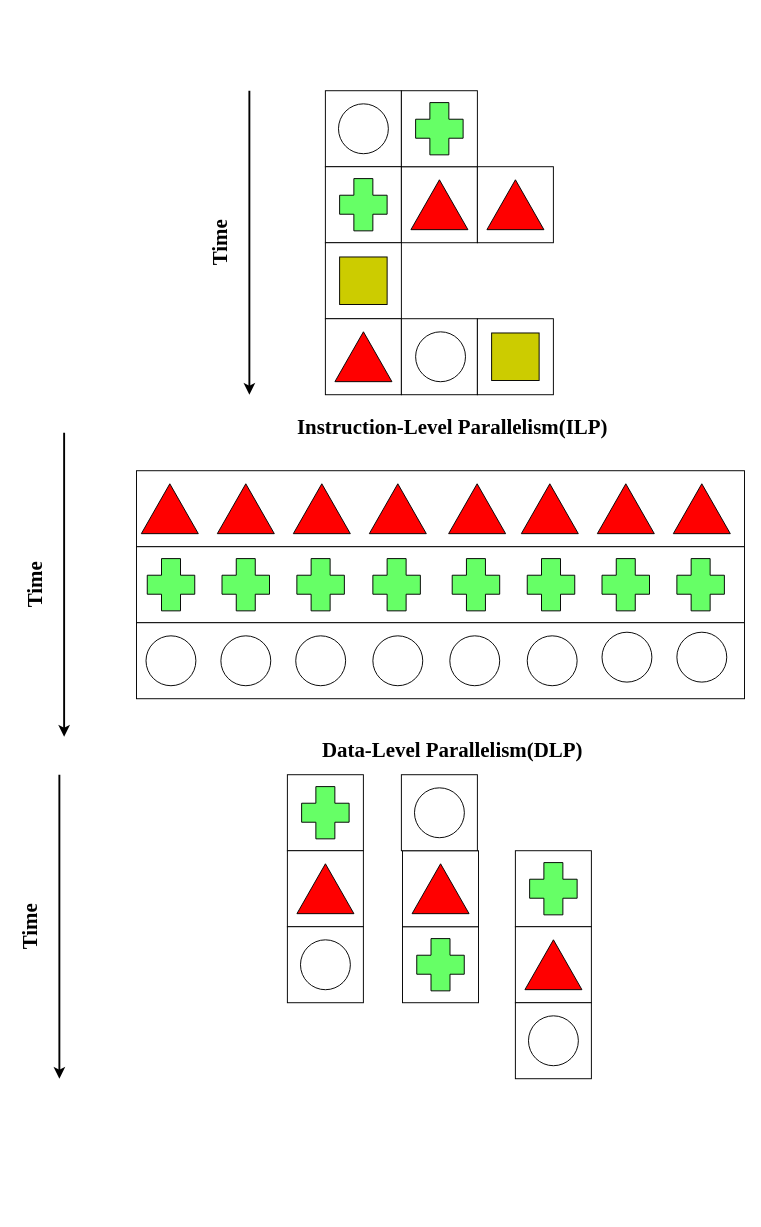
Before: directory/1201.drawio in lllwwwooo/draw.io, a draw.io diagram. Source tidied: cells renumbered, new cells numbered last; positions are measured from the earlier drawing's top-left corner, leaving out a move shared by most shapes. Both pictures are drawn from the tidied source at 95%, with x=0, y=0 at pixel (2, 90).
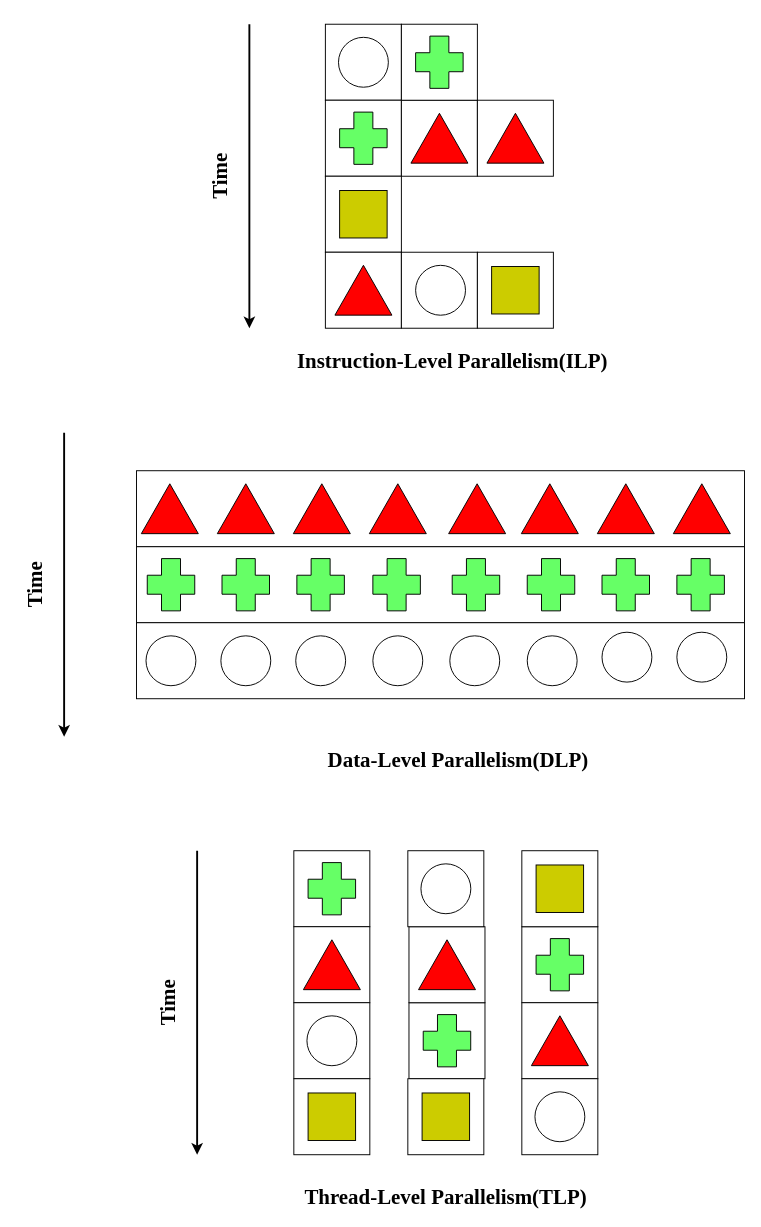
The same page after the edit.

The edit, as a diff of the source:
```diff
@@
     <mxCell id="2" style="group;" parent="1" vertex="1">
-      <mxGeometry x="340" width="80" height="80" as="geometry" />
+      <mxGeometry x="340" y="-70" width="80" height="80" as="geometry" />
     </mxCell>
@@
     <mxCell id="5" style="whiteSpace=wrap;html=1;" parent="1" vertex="1">
-      <mxGeometry x="340" y="80" width="80" height="80" as="geometry" />
+      <mxGeometry x="340" y="10" width="80" height="80" as="geometry" />
     </mxCell>
     <mxCell id="6" style="whiteSpace=wrap;html=1;" parent="1" vertex="1">
-      <mxGeometry x="420" y="80" width="80" height="80" as="geometry" />
+      <mxGeometry x="420" y="10" width="80" height="80" as="geometry" />
     </mxCell>
     <mxCell id="7" style="whiteSpace=wrap;html=1;" parent="1" vertex="1">
-      <mxGeometry x="340" y="160" width="80" height="80" as="geometry" />
+      <mxGeometry x="340" y="90" width="80" height="80" as="geometry" />
     </mxCell>
     <mxCell id="8" style="shape=cross;whiteSpace=wrap;html=1;size=0.4;fillColor=#66FF66;" parent="1" vertex="1">
-      <mxGeometry x="355" y="92.5" width="50" height="55" as="geometry" />
+      <mxGeometry x="355" y="22.5" width="50" height="55" as="geometry" />
     </mxCell>
     <mxCell id="9" style="triangle;whiteSpace=wrap;html=1;rotation=-90;fillColor=#FF0000;" parent="1" vertex="1">
-      <mxGeometry x="433.8" y="90" width="52.5" height="60" as="geometry" />
+      <mxGeometry x="433.8" y="20" width="52.5" height="60" as="geometry" />
     </mxCell>
     <mxCell id="10" style="whiteSpace=wrap;html=1;" parent="1" vertex="1">
-      <mxGeometry x="340" y="240" width="80" height="80" as="geometry" />
+      <mxGeometry x="340" y="170" width="80" height="80" as="geometry" />
     </mxCell>
     <mxCell id="11" style="whiteSpace=wrap;html=1;" parent="1" vertex="1">
-      <mxGeometry x="420" y="240" width="80" height="80" as="geometry" />
+      <mxGeometry x="420" y="170" width="80" height="80" as="geometry" />
     </mxCell>
-    <mxCell id="12" style="whiteSpace=wrap;html=1;" parent="1" vertex="1">
-      <mxGeometry x="500" y="240" width="80" height="80" as="geometry" />
-    </mxCell>
     <mxCell id="13" style="whiteSpace=wrap;html=1;fillColor=#CCCC00;" parent="1" vertex="1">
-      <mxGeometry x="355" y="175" width="50" height="50" as="geometry" />
+      <mxGeometry x="355" y="105" width="50" height="50" as="geometry" />
     </mxCell>
-    <mxCell id="14" style="whiteSpace=wrap;html=1;fillColor=#CCCC00;" parent="1" vertex="1">
-      <mxGeometry x="515" y="255" width="50" height="50" as="geometry" />
-    </mxCell>
     <mxCell id="15" style="triangle;whiteSpace=wrap;html=1;rotation=-90;fillColor=#FF0000;" parent="1" vertex="1">
-      <mxGeometry x="353.8" y="250" width="52.5" height="60" as="geometry" />
+      <mxGeometry x="353.8" y="180" width="52.5" height="60" as="geometry" />
     </mxCell>
     <mxCell id="16" style="ellipse;whiteSpace=wrap;html=1;" parent="1" vertex="1">
-      <mxGeometry x="435" y="253.8" width="52.5" height="52.5" as="geometry" />
+      <mxGeometry x="435" y="183.8" width="52.5" height="52.5" as="geometry" />
     </mxCell>
     <mxCell id="17" value="&lt;font face=&quot;Times New Roman&quot; style=&quot;font-size: 22px;&quot;&gt;&lt;b&gt;Instruction-Level Parallelism(ILP)&lt;/b&gt;&lt;/font&gt;" style="text;html=1;whiteSpace=wrap;strokeColor=none;fillColor=none;align=center;verticalAlign=middle;rounded=0;rotation=0;" parent="1" vertex="1">
-      <mxGeometry x="304" y="340" width="340" height="30" as="geometry" />
+      <mxGeometry x="304" y="270" width="340" height="30" as="geometry" />
     </mxCell>
@@
     <mxCell id="45" value="&lt;font face=&quot;Times New Roman&quot; style=&quot;font-size: 22px;&quot;&gt;&lt;b&gt;Data-Level Parallelism(DLP)&lt;/b&gt;&lt;/font&gt;" style="text;html=1;whiteSpace=wrap;strokeColor=none;fillColor=none;align=center;verticalAlign=middle;rounded=0;rotation=0;" parent="1" vertex="1">
-      <mxGeometry x="304" y="680" width="340" height="30" as="geometry" />
+      <mxGeometry x="310" y="690" width="340" height="30" as="geometry" />
     </mxCell>
     <mxCell id="46" style="group;" parent="1" vertex="1">
-      <mxGeometry x="215" width="45" height="320" as="geometry" />
+      <mxGeometry x="215" y="-70" width="45" height="320" as="geometry" />
     </mxCell>
@@
     <mxCell id="52" style="group;" parent="1" vertex="1">
-      <mxGeometry x="15" y="720" width="45" height="320" as="geometry" />
+      <mxGeometry x="160" y="800" width="45" height="320" as="geometry" />
     </mxCell>
@@
     <mxCell id="55" style="group;" parent="1" vertex="1">
-      <mxGeometry x="420" width="80" height="80" as="geometry" />
+      <mxGeometry x="420" y="-70" width="80" height="80" as="geometry" />
     </mxCell>
@@
     <mxCell id="58" style="group;" parent="1" vertex="1">
-      <mxGeometry x="300" y="720" width="80" height="80" as="geometry" />
+      <mxGeometry x="306.8" y="800" width="80" height="80" as="geometry" />
     </mxCell>
@@
     <mxCell id="61" style="group;" parent="1" vertex="1">
-      <mxGeometry x="421.2" y="880" width="80" height="80" as="geometry" />
+      <mxGeometry x="428" y="960" width="80" height="80" as="geometry" />
     </mxCell>
@@
     <mxCell id="64" style="group;" parent="1" vertex="1">
-      <mxGeometry x="540" y="800" width="80" height="80" as="geometry" />
+      <mxGeometry x="546.8" y="880" width="80" height="80" as="geometry" />
     </mxCell>
@@
     <mxCell id="67" style="group;" parent="1" vertex="1">
-      <mxGeometry x="500" y="80" width="80" height="80" as="geometry" />
+      <mxGeometry x="500" y="10" width="80" height="80" as="geometry" />
     </mxCell>
@@
     <mxCell id="70" style="group;" parent="1" vertex="1">
-      <mxGeometry x="300" y="800" width="80" height="80" as="geometry" />
+      <mxGeometry x="306.8" y="880" width="80" height="80" as="geometry" />
     </mxCell>
@@
     <mxCell id="73" style="group;" parent="1" vertex="1">
-      <mxGeometry x="421.2" y="800" width="80" height="80" as="geometry" />
+      <mxGeometry x="428" y="880" width="80" height="80" as="geometry" />
     </mxCell>
@@
     <mxCell id="76" style="group;" parent="1" vertex="1">
-      <mxGeometry x="540" y="880" width="80" height="80" as="geometry" />
+      <mxGeometry x="546.8" y="960" width="80" height="80" as="geometry" />
     </mxCell>
@@
     <mxCell id="79" style="group;" parent="1" vertex="1">
-      <mxGeometry x="300" y="880" width="80" height="80" as="geometry" />
+      <mxGeometry x="306.8" y="960" width="80" height="80" as="geometry" />
     </mxCell>
@@
     <mxCell id="82" style="group;" parent="1" vertex="1">
-      <mxGeometry x="420" y="720" width="80" height="80" as="geometry" />
+      <mxGeometry x="426.8" y="800" width="80" height="80" as="geometry" />
     </mxCell>
@@
     <mxCell id="85" style="group;" parent="1" vertex="1">
-      <mxGeometry x="540" y="960" width="80" height="80" as="geometry" />
+      <mxGeometry x="546.8" y="1040" width="80" height="80" as="geometry" />
     </mxCell>
@@
+    <mxCell id="88" style="group;" parent="1" vertex="1">
+      <mxGeometry x="500" y="170" width="80" height="80" as="geometry" />
+    </mxCell>
+    <mxCell id="12" style="whiteSpace=wrap;html=1;" parent="88" vertex="1">
+      <mxGeometry width="80" height="80" as="geometry" />
+    </mxCell>
+    <mxCell id="14" style="whiteSpace=wrap;html=1;fillColor=#CCCC00;" parent="88" vertex="1">
+      <mxGeometry x="15" y="15" width="50" height="50" as="geometry" />
+    </mxCell>
+    <mxCell id="89" style="group;" parent="1" vertex="1">
+      <mxGeometry x="306.8" y="1040" width="80" height="80" as="geometry" />
+    </mxCell>
+    <mxCell id="90" style="whiteSpace=wrap;html=1;" parent="89" vertex="1">
+      <mxGeometry width="80" height="80" as="geometry" />
+    </mxCell>
+    <mxCell id="91" style="whiteSpace=wrap;html=1;fillColor=#CCCC00;" parent="89" vertex="1">
+      <mxGeometry x="15" y="15" width="50" height="50" as="geometry" />
+    </mxCell>
+    <mxCell id="92" style="group;" parent="1" vertex="1">
+      <mxGeometry x="426.8" y="1040" width="80" height="80" as="geometry" />
+    </mxCell>
+    <mxCell id="93" style="whiteSpace=wrap;html=1;" parent="92" vertex="1">
+      <mxGeometry width="80" height="80" as="geometry" />
+    </mxCell>
+    <mxCell id="94" style="whiteSpace=wrap;html=1;fillColor=#CCCC00;" parent="92" vertex="1">
+      <mxGeometry x="15" y="15" width="50" height="50" as="geometry" />
+    </mxCell>
+    <mxCell id="95" style="group;" parent="1" vertex="1">
+      <mxGeometry x="546.8" y="800" width="80" height="80" as="geometry" />
+    </mxCell>
+    <mxCell id="96" style="whiteSpace=wrap;html=1;" parent="95" vertex="1">
+      <mxGeometry width="80" height="80" as="geometry" />
+    </mxCell>
+    <mxCell id="97" style="whiteSpace=wrap;html=1;fillColor=#CCCC00;" parent="95" vertex="1">
+      <mxGeometry x="15" y="15" width="50" height="50" as="geometry" />
+    </mxCell>
+    <mxCell id="98" value="&lt;font face=&quot;Times New Roman&quot; style=&quot;font-size: 22px;&quot;&gt;&lt;b&gt;Thread-Level Parallelism(TLP)&lt;/b&gt;&lt;/font&gt;" style="text;html=1;whiteSpace=wrap;strokeColor=none;fillColor=none;align=center;verticalAlign=middle;rounded=0;rotation=0;" parent="1" vertex="1">
+      <mxGeometry x="296.8" y="1150" width="340" height="30" as="geometry" />
+    </mxCell>
```
